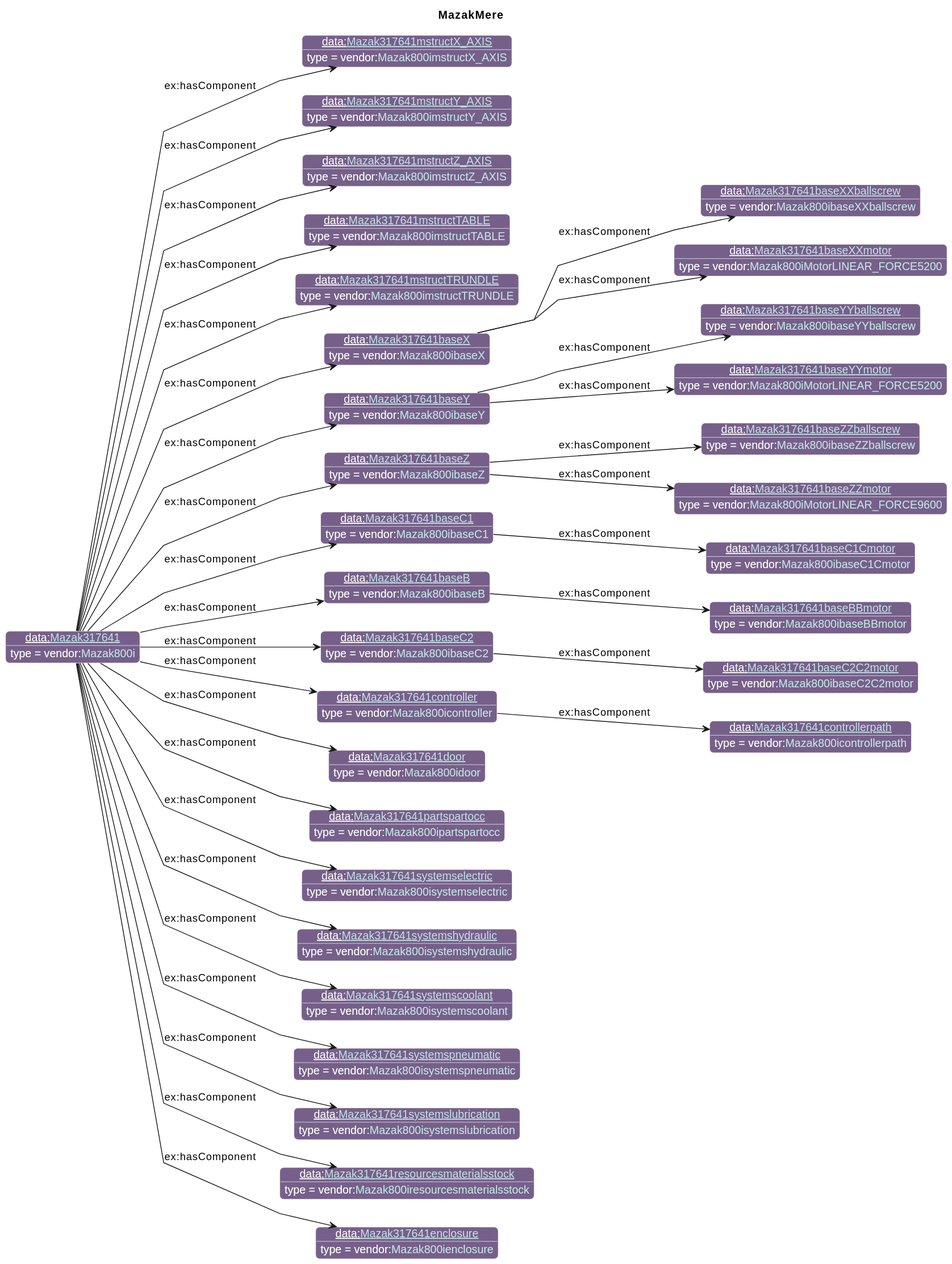
Before: diagrams/MazakMere.svg, a diagram exported from PlantUML (iofoundry/example-syseng-mtconnect).
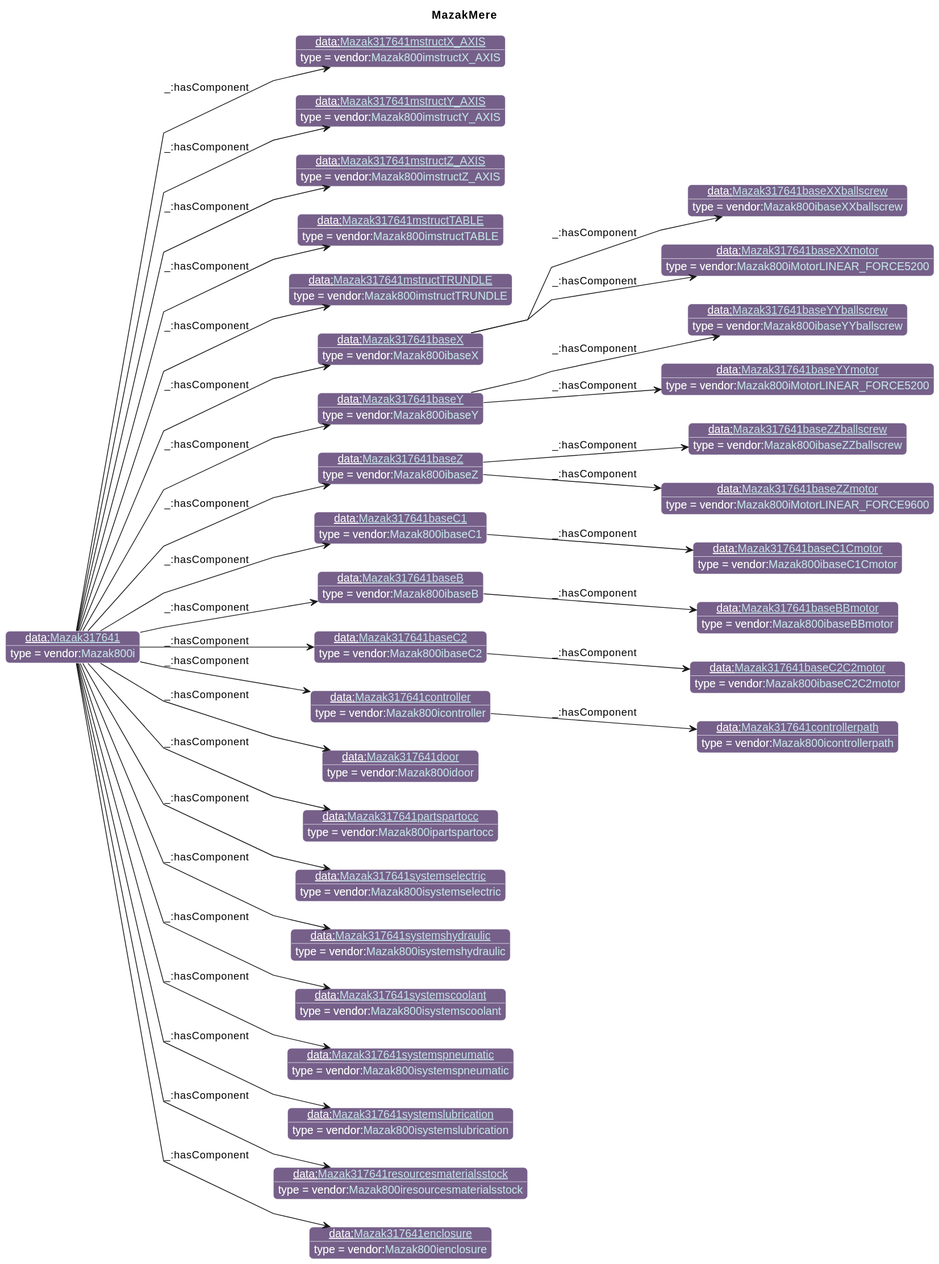
The same diagram one commit later.

Diff of the diagram source:
```diff
@@ -57,35 +57,35 @@
 individual(o29, data:[[./Mazak317641systemslubrication.html Mazak317641systemslubrication]], vendor:[[../Mazak.html#Mazak800isystemslubrication Mazak800isystemslubrication]])
 individual(o30, data:[[./Mazak317641resourcesmaterialsstock.html Mazak317641resourcesmaterialsstock]], vendor:[[../Mazak.html#Mazak800iresourcesmaterialsstock Mazak800iresourcesmaterialsstock]])
 individual(o31, data:[[./Mazak317641enclosure.html Mazak317641enclosure]], vendor:[[../Mazak.html#Mazak800ienclosure Mazak800ienclosure]])
-property(o0, "ex:hasComponent", o1)
-property(o0, "ex:hasComponent", o2)
-property(o0, "ex:hasComponent", o3)
-property(o0, "ex:hasComponent", o4)
-property(o0, "ex:hasComponent", o5)
-property(o0, "ex:hasComponent", o6)
-property(o6, "ex:hasComponent", o7)
-property(o6, "ex:hasComponent", o8)
-property(o0, "ex:hasComponent", o9)
-property(o9, "ex:hasComponent", o10)
-property(o9, "ex:hasComponent", o11)
-property(o0, "ex:hasComponent", o12)
-property(o12, "ex:hasComponent", o13)
-property(o12, "ex:hasComponent", o14)
-property(o0, "ex:hasComponent", o15)
-property(o15, "ex:hasComponent", o16)
-property(o0, "ex:hasComponent", o17)
-property(o17, "ex:hasComponent", o18)
-property(o0, "ex:hasComponent", o19)
-property(o19, "ex:hasComponent", o20)
-property(o0, "ex:hasComponent", o21)
-property(o21, "ex:hasComponent", o22)
-property(o0, "ex:hasComponent", o23)
-property(o0, "ex:hasComponent", o24)
-property(o0, "ex:hasComponent", o25)
-property(o0, "ex:hasComponent", o26)
-property(o0, "ex:hasComponent", o27)
-property(o0, "ex:hasComponent", o28)
-property(o0, "ex:hasComponent", o29)
-property(o0, "ex:hasComponent", o30)
-property(o0, "ex:hasComponent", o31)
+property(o0, "_:hasComponent", o1)
+property(o0, "_:hasComponent", o2)
+property(o0, "_:hasComponent", o3)
+property(o0, "_:hasComponent", o4)
+property(o0, "_:hasComponent", o5)
+property(o0, "_:hasComponent", o6)
+property(o6, "_:hasComponent", o7)
+property(o6, "_:hasComponent", o8)
+property(o0, "_:hasComponent", o9)
+property(o9, "_:hasComponent", o10)
+property(o9, "_:hasComponent", o11)
+property(o0, "_:hasComponent", o12)
+property(o12, "_:hasComponent", o13)
+property(o12, "_:hasComponent", o14)
+property(o0, "_:hasComponent", o15)
+property(o15, "_:hasComponent", o16)
+property(o0, "_:hasComponent", o17)
+property(o17, "_:hasComponent", o18)
+property(o0, "_:hasComponent", o19)
+property(o19, "_:hasComponent", o20)
+property(o0, "_:hasComponent", o21)
+property(o21, "_:hasComponent", o22)
+property(o0, "_:hasComponent", o23)
+property(o0, "_:hasComponent", o24)
+property(o0, "_:hasComponent", o25)
+property(o0, "_:hasComponent", o26)
+property(o0, "_:hasComponent", o27)
+property(o0, "_:hasComponent", o28)
+property(o0, "_:hasComponent", o29)
+property(o0, "_:hasComponent", o30)
+property(o0, "_:hasComponent", o31)
 @enduml
```
